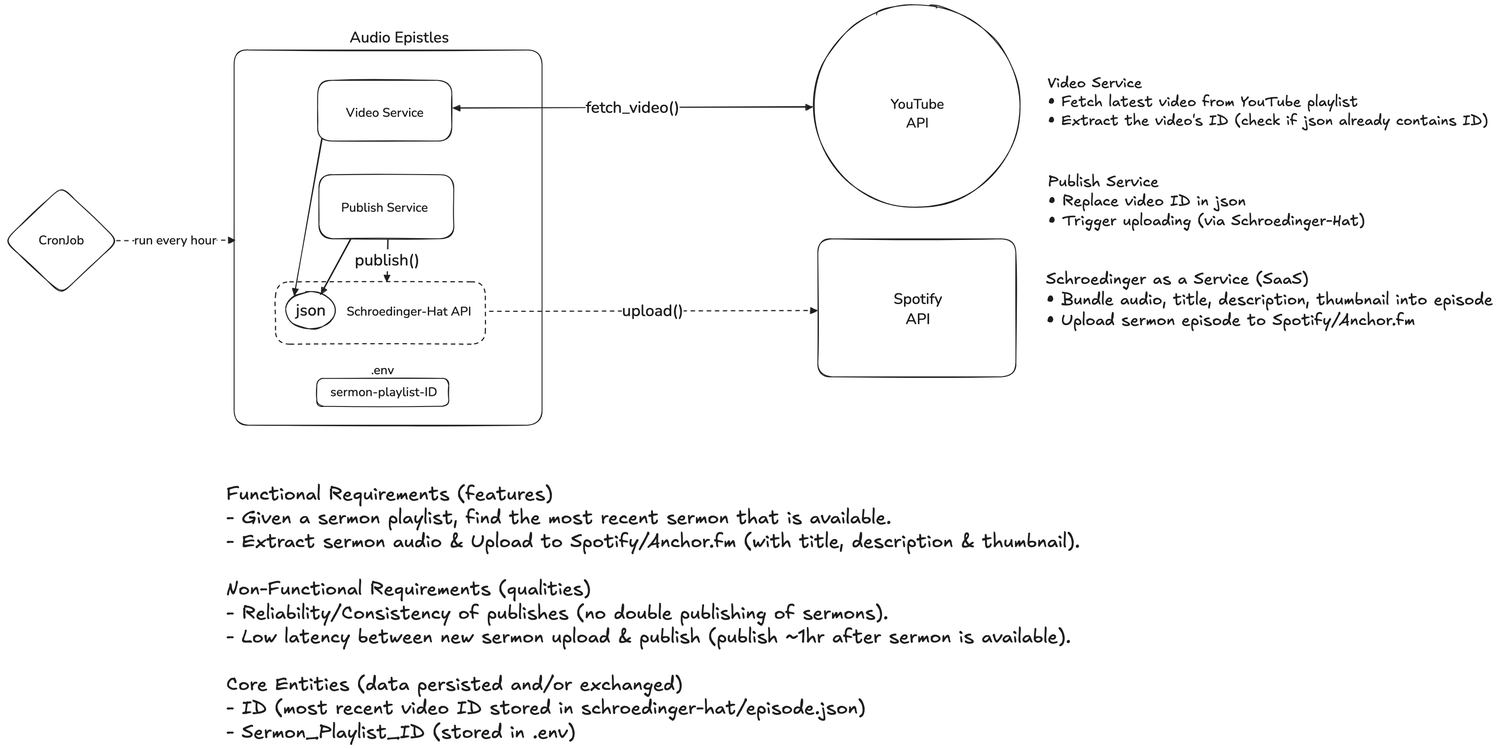
Earlier version of the Excalidraw export DESIGN-DOC.excalidraw.png (chornge/audio-epistles). Source tidied: one line per element, renumbered; positions are measured from the earlier drawing's top-left corner, leaving out a move shared by most shapes.
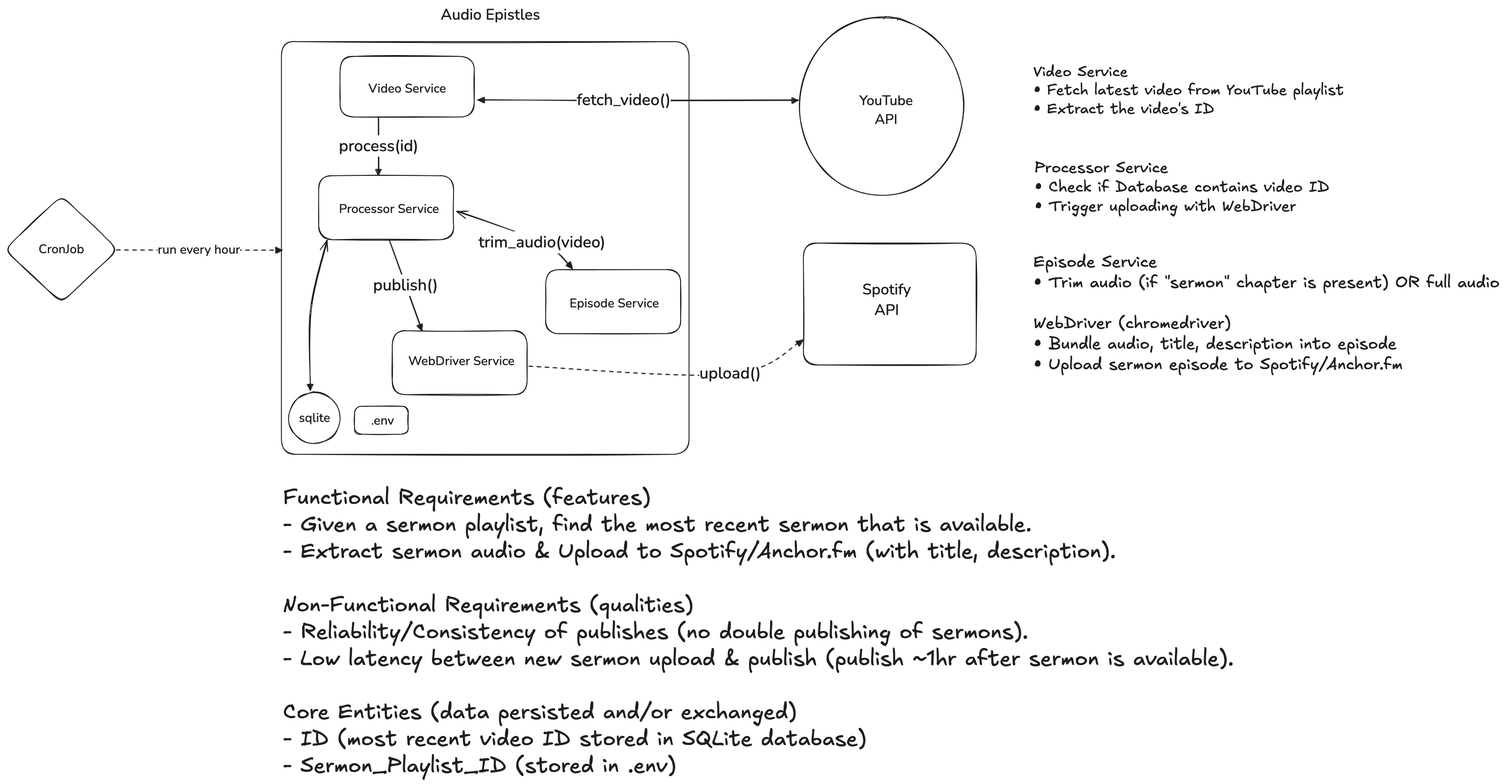
Later version of the same file.

What changed in the source:
```diff
@@ -1,33 +1,37 @@
-{"id": 0, "type": "rectangle", "strokeColor": "#1e1e1e", "strokeWidth": 2, "roughness": 1, "round": true, "x": 513, "y": 102, "width": 688, "height": 838}
+{"id": 0, "type": "rectangle", "strokeColor": "#1e1e1e", "strokeWidth": 2, "roughness": 1, "round": true, "x": 433, "y": 295, "width": 910, "height": 922}
-{"id": 1, "type": "arrow", "strokeColor": "#1e1e1e", "strokeWidth": 2, "strokeStyle": "dashed", "roughness": 1, "endArrowhead": "triangle", "round": true, "from": 7, "to": 0, "x": 251, "y": 527, "width": 262, "height": 1, "points": [[0, 0], [262, -1]]}
+{"id": 1, "type": "arrow", "strokeColor": "#1e1e1e", "strokeWidth": 2, "strokeStyle": "dashed", "roughness": 1, "endArrowhead": "triangle", "round": true, "from": 7, "to": 0, "x": 65, "y": 760, "width": 367, "height": 0, "points": [[0, 0], [367, 0]]}
 {"id": 2, "type": "text", "text": "run every hour", "strokeColor": "#1e1e1e", "strokeWidth": 2, "strokeStyle": "dotted", "roughness": 1, "fontSize": 28, "fontFamily": 6, "textAlign": "center", "verticalAlign": "middle", "inside": 1, "x": 335, "y": 506, "width": 184, "height": 38}
-{"id": 3, "type": "ellipse", "strokeColor": "#1e1e1e", "strokeWidth": 2, "roughness": 1, "round": true, "x": 629, "y": 642, "width": 111, "height": 83}
+{"id": 3, "type": "ellipse", "strokeColor": "#1e1e1e", "strokeWidth": 2, "roughness": 1, "round": true, "x": 449, "y": 1079, "width": 115, "height": 114}
-{"id": 4, "type": "text", "text": "json", "strokeColor": "#1e1e1e", "strokeWidth": 2, "strokeStyle": "dashed", "roughness": 1, "fontSize": 36, "fontFamily": 6, "textAlign": "center", "verticalAlign": "middle", "inside": 3, "x": 651, "y": 659, "width": 67, "height": 49}
+{"id": 4, "type": "text", "text": "sqlite", "strokeColor": "#1e1e1e", "strokeWidth": 2, "strokeStyle": "dashed", "roughness": 1, "fontSize": 28, "fontFamily": 6, "textAlign": "center", "verticalAlign": "middle", "inside": 3, "x": 472, "y": 1117, "width": 70, "height": 38}
-{"id": 5, "type": "text", "text": "YouTube\nAPI", "strokeColor": "#1e1e1e", "strokeWidth": 2, "roughness": 1, "fontSize": 30.9, "fontFamily": 6, "textAlign": "center", "x": 1980, "y": 202, "width": 119, "height": 83}
+{"id": 5, "type": "text", "text": "YouTube\nAPI", "strokeColor": "#1e1e1e", "strokeWidth": 2, "roughness": 1, "fontSize": 30.9, "fontFamily": 6, "textAlign": "center", "x": 1723, "y": 406, "width": 119, "height": 83}
-{"id": 6, "type": "text", "text": "Schroedinger-Hat API", "strokeColor": "#1e1e1e", "strokeWidth": 2, "roughness": 1, "fontSize": 28, "fontFamily": 6, "textAlign": "center", "x": 765, "y": 667, "width": 278, "height": 38}
-{"id": 7, "type": "diamond", "strokeColor": "#1e1e1e", "strokeWidth": 2, "roughness": 1, "round": true, "x": 0, "y": 407, "width": 254, "height": 239}
+{"id": 7, "type": "diamond", "strokeColor": "#1e1e1e", "strokeWidth": 2, "roughness": 1, "round": true, "x": -186, "y": 639, "width": 254, "height": 239}
-{"id": 8, "type": "text", "text": "CronJob", "strokeColor": "#1e1e1e", "strokeWidth": 2, "strokeStyle": "dotted", "roughness": 1, "fontSize": 28, "fontFamily": 6, "textAlign": "center", "verticalAlign": "middle", "inside": 7, "x": 76, "y": 508, "width": 102, "height": 38}
+{"id": 8, "type": "text", "text": "CronJob", "strokeColor": "#1e1e1e", "strokeWidth": 2, "strokeStyle": "dotted", "roughness": 1, "fontSize": 28, "fontFamily": 6, "textAlign": "center", "verticalAlign": "middle", "inside": 7, "x": -110, "y": 740, "width": 102, "height": 38}
-{"id": 9, "type": "text", "text": "Audio Epistles", "strokeColor": "#1e1e1e", "strokeWidth": 2, "roughness": 1, "fontSize": 34.12, "fontFamily": 6, "x": 771, "y": 51, "width": 222, "height": 46}
+{"id": 9, "type": "text", "text": "Audio Epistles", "strokeColor": "#1e1e1e", "strokeWidth": 2, "roughness": 1, "fontSize": 34.12, "fontFamily": 6, "x": 788, "y": 212, "width": 222, "height": 46}
-{"id": 10, "type": "text", "text": ".env", "strokeColor": "#1e1e1e", "strokeWidth": 2, "roughness": 1, "fontSize": 28, "fontFamily": 6, "textAlign": "center", "x": 819, "y": 797, "width": 51, "height": 38}
+{"id": 10, "type": "text", "text": ".env", "strokeColor": "#1e1e1e", "strokeWidth": 2, "roughness": 1, "fontSize": 28, "fontFamily": 6, "textAlign": "center", "x": 633, "y": 1123, "width": 51, "height": 38}
-{"id": 11, "type": "text", "text": "sermon-playlist-ID", "strokeColor": "#1e1e1e", "strokeWidth": 2, "roughness": 1, "fontSize": 28, "fontFamily": 6, "textAlign": "center", "x": 728, "y": 847, "width": 239, "height": 38}
-{"id": 12, "type": "rectangle", "strokeColor": "#1e1e1e", "strokeWidth": 2, "roughness": 1, "round": true, "x": 1817, "y": 524, "width": 443, "height": 308}
+{"id": 12, "type": "rectangle", "strokeColor": "#1e1e1e", "strokeWidth": 2, "roughness": 1, "round": true, "x": 1598, "y": 745, "width": 386, "height": 272}
-{"id": 13, "type": "text", "text": "Publish Service", "strokeColor": "#1e1e1e", "strokeWidth": 2, "roughness": 1, "fontSize": 28, "fontFamily": 6, "x": 752, "y": 435, "width": 194, "height": 38}
+{"id": 13, "type": "text", "text": "Processor Service", "strokeColor": "#1e1e1e", "strokeWidth": 2, "roughness": 1, "fontSize": 28, "fontFamily": 6, "x": 561, "y": 649, "width": 223, "height": 38}
-{"id": 14, "type": "text", "text": "Video Service", "strokeColor": "#1e1e1e", "strokeWidth": 2, "roughness": 1, "fontSize": 28, "fontFamily": 6, "x": 763, "y": 223, "width": 173, "height": 38}
+{"id": 14, "type": "text", "text": "Video Service", "strokeColor": "#1e1e1e", "strokeWidth": 2, "roughness": 1, "fontSize": 28, "fontFamily": 6, "x": 627, "y": 381, "width": 173, "height": 38}
-{"id": 15, "type": "arrow", "strokeColor": "#1e1e1e", "strokeWidth": 2, "roughness": 1, "startArrowhead": "triangle", "endArrowhead": "triangle", "round": true, "from": 24, "to": 21, "x": 1003, "y": 232, "width": 802, "height": 4, "points": [[0, 0], [802, -4]]}
+{"id": 15, "type": "arrow", "strokeColor": "#1e1e1e", "strokeWidth": 2, "roughness": 1, "startArrowhead": "triangle", "endArrowhead": "triangle", "round": true, "from": 24, "to": 21, "x": 871, "y": 424, "width": 715, "height": 1, "points": [[0, 0], [326, 0], [715, 0]]}
 {"id": 16, "type": "text", "text": "fetch_video()", "strokeColor": "#1e1e1e", "strokeWidth": 2, "roughness": 1, "fontSize": 36, "fontFamily": 6, "textAlign": "center", "verticalAlign": "middle", "inside": 15, "x": 1299, "y": 205, "width": 210, "height": 49}
-{"id": 17, "type": "arrow", "strokeColor": "#1e1e1e", "strokeWidth": 2, "roughness": 1, "endArrowhead": "triangle", "round": true, "from": 23, "to": 22, "x": 773, "y": 524, "width": 67, "height": 123, "points": [[0, 0], [-67, 123]]}
+{"id": 17, "type": "arrow", "strokeColor": "#1e1e1e", "strokeWidth": 2, "roughness": 1, "startArrowhead": "arrow", "endArrowhead": "triangle", "round": true, "from": 23, "to": 3, "x": 534, "y": 739, "width": 36, "height": 335, "points": [[0, 0], [-36, 156], [-36, 335]]}
-{"id": 18, "type": "arrow", "strokeColor": "#1e1e1e", "strokeWidth": 2, "roughness": 1, "endArrowhead": "triangle", "round": true, "from": 24, "to": 22, "x": 709, "y": 300, "width": 61, "height": 348, "points": [[0, 0], [-61, 348]]}
-{"id": 19, "type": "arrow", "strokeColor": "#1e1e1e", "strokeWidth": 2, "roughness": 1, "endArrowhead": "triangle", "round": true, "from": 23, "to": 22, "x": 856, "y": 525, "width": 1, "height": 94, "points": [[0, 0], [-1, 94]]}
+{"id": 19, "type": "arrow", "strokeColor": "#1e1e1e", "strokeWidth": 2, "roughness": 1, "endArrowhead": "triangle", "round": true, "from": 23, "to": 36, "x": 673, "y": 738, "width": 73, "height": 202, "points": [[0, 0], [73, 202]]}
 {"id": 20, "type": "text", "text": "publish()", "strokeColor": "#1e1e1e", "strokeWidth": 2, "roughness": 1, "fontSize": 36, "fontFamily": 6, "textAlign": "center", "verticalAlign": "middle", "inside": 19, "x": 787, "y": 542, "width": 145, "height": 49}
-{"id": 21, "type": "ellipse", "strokeColor": "#1e1e1e", "strokeWidth": 2, "roughness": 1, "round": true, "x": 1808, "y": 0, "width": 461, "height": 453}
+{"id": 21, "type": "ellipse", "strokeColor": "#1e1e1e", "strokeWidth": 2, "roughness": 1, "round": true, "x": 1590, "y": 240, "width": 367, "height": 399}
-{"id": 22, "type": "rectangle", "strokeColor": "#1e1e1e", "strokeWidth": 2, "strokeStyle": "dashed", "roughness": 1, "round": true, "x": 606, "y": 619, "width": 469, "height": 139}
-{"id": 23, "type": "rectangle", "strokeColor": "#1e1e1e", "strokeWidth": 2, "roughness": 1, "round": true, "x": 703, "y": 380, "width": 301, "height": 143}
+{"id": 23, "type": "rectangle", "strokeColor": "#1e1e1e", "strokeWidth": 2, "roughness": 1, "round": true, "x": 516, "y": 595, "width": 301, "height": 143}
-{"id": 24, "type": "rectangle", "strokeColor": "#1e1e1e", "strokeWidth": 2, "roughness": 1, "round": true, "x": 700, "y": 170, "width": 300, "height": 135}
+{"id": 24, "type": "rectangle", "strokeColor": "#1e1e1e", "strokeWidth": 2, "roughness": 1, "round": true, "x": 564, "y": 328, "width": 300, "height": 135}
-{"id": 25, "type": "text", "text": "Spotify\nAPI", "strokeColor": "#1e1e1e", "backgroundColor": "#ffffff", "fillStyle": "solid", "strokeWidth": 2, "strokeStyle": "dashed", "roughness": 1, "fontSize": 33.84, "fontFamily": 6, "textAlign": "center", "x": 1987, "y": 635, "width": 109, "height": 91}
+{"id": 25, "type": "text", "text": "Spotify\nAPI", "strokeColor": "#1e1e1e", "backgroundColor": "#ffffff", "fillStyle": "solid", "strokeWidth": 2, "strokeStyle": "dashed", "roughness": 1, "fontSize": 33.84, "fontFamily": 6, "textAlign": "center", "x": 1730, "y": 826, "width": 109, "height": 91}
-{"id": 26, "type": "text", "text": "Functional Requirements (features)\n- Given a sermon playlist, find the most recent sermon that is available.\n- Extract sermon audio & Upload to Spotify/Anchor.fm (with title, description & thumbnail).\n\nNon-Functional Requirements (qualities)\n- Reliability/Consistency of publishes (no double publishing of sermons).\n- Low latency between new sermon upload & publish (publish ~1hr after sermon is available).\n\nCore Entities (data persisted and/or exchanged)\n- ID (most recent video ID stored in schroedinger-hat/episode.json)\n- Sermon_Playlist_ID (stored in .env)", "strokeColor": "#1e1e1e", "backgroundColor": "#ffffff", "fillStyle": "solid", "strokeWidth": 2, "strokeStyle": "dashed", "roughness": 1, "fontSize": 42.56, "fontFamily": 5, "x": 496, "y": 1068, "width": 1968, "height": 585}
+{"id": 26, "type": "text", "text": "Functional Requirements (features)\n- Given a sermon playlist, find the most recent sermon that is available.\n- Extract sermon audio & Upload to Spotify/Anchor.fm (with title, description).\n\nNon-Functional Requirements (qualities)\n- Reliability/Consistency of publishes (no double publishing of sermons).\n- Low latency between new sermon upload & publish (publish ~1hr after sermon is available).\n\nCore Entities (data persisted and/or exchanged)\n- ID (most recent video ID stored in SQLite database)\n- Sermon_Playlist_ID (stored in .env)", "strokeColor": "#1e1e1e", "backgroundColor": "#ffffff", "fillStyle": "solid", "strokeWidth": 2, "strokeStyle": "dashed", "roughness": 1, "fontSize": 47.89, "fontFamily": 5, "x": 436, "y": 1286, "width": 2183, "height": 658}
-{"id": 27, "type": "text", "text": "Schroedinger as a Service (SaaS)\n• Bundle audio, title, description, thumbnail into episode\n• Upload sermon episode to Spotify/Anchor.fm", "strokeColor": "#1e1e1e", "strokeWidth": 2, "roughness": 1, "fontSize": 36.59, "fontFamily": 5, "x": 2327, "y": 592, "width": 998, "height": 137}
+{"id": 27, "type": "text", "text": "Episode Service\n• Trim audio (if \"sermon\" chapter is present) OR full audio\n\nWebDriver (chromedriver)\n• Bundle audio, title, description into episode\n• Upload sermon episode to Spotify/Anchor.fm", "strokeColor": "#1e1e1e", "strokeWidth": 2, "roughness": 1, "fontSize": 36.59, "fontFamily": 5, "x": 2112, "y": 766, "width": 1041, "height": 274}
-{"id": 28, "type": "text", "text": "Publish Service\n• Replace video ID in json\n• Trigger uploading (via Schroedinger-Hat)", "strokeColor": "#1e1e1e", "strokeWidth": 2, "roughness": 1, "fontSize": 34.62, "fontFamily": 5, "x": 2332, "y": 376, "width": 709, "height": 130}
+{"id": 28, "type": "text", "text": "Processor Service\n• Check if Database contains video ID\n• Trigger uploading with WebDriver", "strokeColor": "#1e1e1e", "strokeWidth": 2, "roughness": 1, "fontSize": 34.62, "fontFamily": 5, "x": 2114, "y": 556, "width": 659, "height": 130}
-{"id": 29, "type": "text", "text": "Video Service\n• Fetch latest video from YouTube playlist\n• Extract the video's ID (check if json already contains ID)", "strokeColor": "#1e1e1e", "strokeWidth": 2, "roughness": 1, "fontSize": 33.23, "fontFamily": 5, "x": 2331, "y": 156, "width": 985, "height": 125}
+{"id": 29, "type": "text", "text": "Video Service\n• Fetch latest video from YouTube playlist\n• Extract the video's ID", "strokeColor": "#1e1e1e", "strokeWidth": 2, "roughness": 1, "fontSize": 33.23, "fontFamily": 5, "x": 2112, "y": 342, "width": 694, "height": 125}
-{"id": 30, "type": "rectangle", "strokeColor": "#1e1e1e", "strokeWidth": 2, "roughness": 1, "round": true, "x": 698, "y": 835, "width": 295, "height": 62}
+{"id": 30, "type": "rectangle", "strokeColor": "#1e1e1e", "strokeWidth": 2, "roughness": 1, "round": true, "x": 596, "y": 1110, "width": 120, "height": 62}
-{"id": 31, "type": "arrow", "strokeColor": "#1e1e1e", "strokeWidth": 2, "strokeStyle": "dashed", "roughness": 1, "endArrowhead": "triangle", "round": true, "from": 22, "to": 12, "x": 1084, "y": 685, "width": 730, "height": 2, "points": [[0, 0], [730, -2]]}
+{"id": 31, "type": "arrow", "strokeColor": "#1e1e1e", "strokeWidth": 2, "strokeStyle": "dashed", "roughness": 1, "endArrowhead": "triangle", "round": true, "from": 36, "to": 12, "x": 986, "y": 1018, "width": 611, "height": 76, "points": [[0, 0], [449, 18], [611, -58]]}
 {"id": 32, "type": "text", "text": "upload()", "strokeColor": "#1e1e1e", "strokeWidth": 2, "roughness": 1, "fontSize": 36, "fontFamily": 6, "textAlign": "center", "verticalAlign": "middle", "inside": 31, "x": 1351, "y": 660, "width": 138, "height": 49}
+{"id": 33, "type": "text", "text": "WebDriver Service", "strokeColor": "#1e1e1e", "strokeWidth": 2, "roughness": 1, "fontSize": 28, "fontFamily": 6, "x": 716, "y": 990, "width": 237, "height": 38}
+{"id": 34, "type": "arrow", "strokeColor": "#1e1e1e", "strokeWidth": 2, "roughness": 1, "endArrowhead": "triangle", "round": true, "from": 24, "to": 23, "x": 649, "y": 464, "width": 1, "height": 129, "points": [[0, 0], [1, 129]]}
+{"id": 35, "type": "text", "text": "process(id)", "strokeColor": "#1e1e1e", "strokeWidth": 2, "roughness": 1, "fontSize": 36, "fontFamily": 6, "textAlign": "center", "verticalAlign": "middle", "inside": 34, "x": 737, "y": 328, "width": 178, "height": 49}
+{"id": 36, "type": "rectangle", "strokeColor": "#1e1e1e", "strokeWidth": 2, "roughness": 1, "round": true, "x": 680, "y": 941, "width": 301, "height": 143}
+{"id": 37, "type": "rectangle", "strokeColor": "#1e1e1e", "strokeWidth": 2, "roughness": 1, "round": true, "x": 1023, "y": 804, "width": 301, "height": 143}
+{"id": 38, "type": "text", "text": "Episode Service", "strokeColor": "#1e1e1e", "strokeWidth": 2, "roughness": 1, "fontSize": 28, "fontFamily": 6, "x": 1076, "y": 861, "width": 200, "height": 38}
+{"id": 39, "type": "arrow", "strokeColor": "#1e1e1e", "strokeWidth": 2, "roughness": 1, "startArrowhead": "arrow", "endArrowhead": "triangle", "round": true, "from": 23, "to": 37, "x": 824, "y": 674, "width": 256, "height": 128, "points": [[0, 0], [190, 70], [256, 128]]}
+{"id": 40, "type": "text", "text": "trim_audio(video)", "strokeColor": "#1e1e1e", "strokeWidth": 2, "roughness": 1, "fontSize": 36, "fontFamily": 6, "textAlign": "center", "verticalAlign": "middle", "inside": 39, "x": 873, "y": 719, "width": 284, "height": 49}
```
